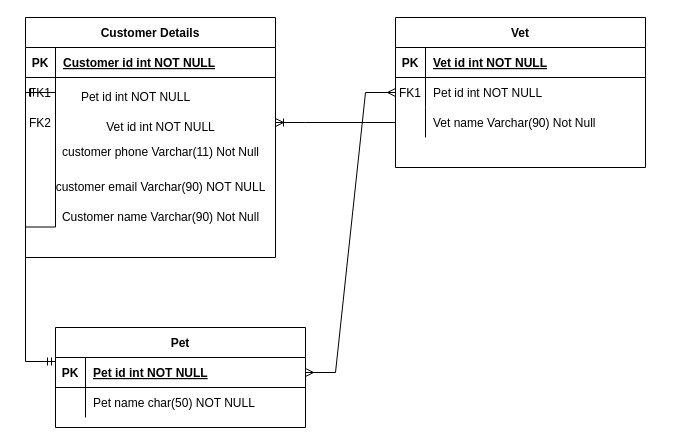
Cshacksy/Ada-Fuzzball-Slam keeps this draw.io diagram as Untitled Diagram.drawio. Above is the earlier version. Source tidied: cells renumbered, new cells numbered last; positions are measured from the earlier drawing's top-left corner, leaving out a move shared by most shapes. Both pictures are drawn from the tidied source at 100%, with x=0, y=0 at pixel (25, 17).
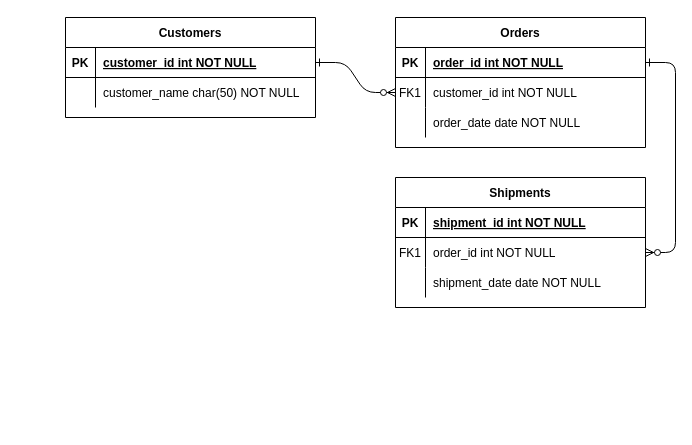
Above is the later version.

The change refers to these unchanged cells:
```xml
<mxCell id="3" style="shape=partialRectangle;fillColor=none;points=[[0,0.5],[1,0.5]];portConstraint=eastwest;top=0;left=0;right=0;bottom=1;" parent="2" vertex="1">
  <mxGeometry y="30" width="250" height="30" as="geometry" />
</mxCell>
<mxCell id="6" style="shape=partialRectangle;fillColor=none;points=[[0,0.5],[1,0.5]];portConstraint=eastwest;top=0;left=0;right=0;bottom=0;" parent="2" vertex="1">
  <mxGeometry y="60" width="250" height="30" as="geometry" />
</mxCell>
<mxCell id="9" style="shape=partialRectangle;fillColor=none;points=[[0,0.5],[1,0.5]];portConstraint=eastwest;top=0;left=0;right=0;bottom=0;" parent="2" vertex="1">
  <mxGeometry y="90" width="250" height="30" as="geometry" />
</mxCell>
<mxCell id="13" style="shape=partialRectangle;fillColor=none;top=0;left=0;right=0;bottom=1;" parent="12" vertex="1">
  <mxGeometry y="30" width="250" height="30" as="geometry" />
</mxCell>
<mxCell id="16" style="shape=partialRectangle;fillColor=none;points=[[0,0.5],[1,0.5]];portConstraint=eastwest;top=0;left=0;right=0;bottom=0;" parent="12" vertex="1">
  <mxGeometry y="60" width="250" height="30" as="geometry" />
</mxCell>
<mxCell id="19" style="shape=partialRectangle;fillColor=none;points=[[0,0.5],[1,0.5]];portConstraint=eastwest;top=0;left=0;right=0;bottom=0;" parent="12" vertex="1">
  <mxGeometry y="90" width="250" height="30" as="geometry" />
</mxCell>
<mxCell id="23" style="shape=partialRectangle;fillColor=none;points=[[0,0.5],[1,0.5]];portConstraint=eastwest;top=0;left=0;right=0;bottom=1;" parent="22" vertex="1">
  <mxGeometry y="30" width="250" height="30" as="geometry" />
</mxCell>
<mxCell id="26" style="shape=partialRectangle;fillColor=none;top=0;left=0;right=0;bottom=0;" parent="22" vertex="1">
  <mxGeometry y="60" width="250" height="30" as="geometry" />
</mxCell>
```

Change to the diagram source:
```diff
@@
+    <mxCell id="29" style="edgeStyle=entityRelationEdgeStyle;endArrow=ERzeroToMany;startArrow=ERone;endFill=1;startFill=0;" parent="1" edge="1" source="23" target="6">
+      <mxGeometry relative="1" as="geometry" />
+    </mxCell>
+    <mxCell id="37" style="edgeStyle=entityRelationEdgeStyle;endArrow=ERzeroToMany;startArrow=ERone;endFill=1;startFill=0;" parent="1" edge="1" source="3" target="16">
+      <mxGeometry relative="1" as="geometry" />
+    </mxCell>
-    <mxCell id="2" value="Vet" style="shape=table;startSize=30;childLayout=tableLayout;rowLines=0;fontStyle=1;align=center;" parent="1" vertex="1">
-      <mxGeometry x="370" width="250" height="150" as="geometry" />
+    <mxCell id="2" value="Orders" style="shape=table;startSize=30;childLayout=tableLayout;rowLines=0;fontStyle=1;align=center;" parent="1" vertex="1">
+      <mxGeometry x="370" width="250" height="130" as="geometry" />
     </mxCell>
@@
-    <mxCell id="5" value="Vet id int NOT NULL " style="shape=partialRectangle;overflow=hidden;fillColor=none;top=0;left=0;bottom=0;right=0;align=left;spacingLeft=6;fontStyle=5;" parent="3" vertex="1">
+    <mxCell id="5" value="order_id int NOT NULL " style="shape=partialRectangle;overflow=hidden;fillColor=none;top=0;left=0;bottom=0;right=0;align=left;spacingLeft=6;fontStyle=5;" parent="3" vertex="1">
       <mxGeometry x="30" width="220" height="30" as="geometry" />
     </mxCell>
@@
-    <mxCell id="8" value="Pet id int NOT NULL" style="shape=partialRectangle;overflow=hidden;fillColor=none;top=0;left=0;bottom=0;right=0;align=left;spacingLeft=6;" parent="6" vertex="1">
+    <mxCell id="8" value="customer_id int NOT NULL" style="shape=partialRectangle;overflow=hidden;fillColor=none;top=0;left=0;bottom=0;right=0;align=left;spacingLeft=6;" parent="6" vertex="1">
       <mxGeometry x="30" width="220" height="30" as="geometry" />
     </mxCell>
@@
-    <mxCell id="11" value="Vet name Varchar(90) Not Null" style="shape=partialRectangle;overflow=hidden;fillColor=none;top=0;left=0;bottom=0;right=0;align=left;spacingLeft=6;" parent="9" vertex="1">
+    <mxCell id="11" value="order_date date NOT NULL" style="shape=partialRectangle;overflow=hidden;fillColor=none;top=0;left=0;bottom=0;right=0;align=left;spacingLeft=6;" parent="9" vertex="1">
       <mxGeometry x="30" width="220" height="30" as="geometry" />
     </mxCell>
-    <mxCell id="12" value="Customer Details" style="shape=table;startSize=30;childLayout=tableLayout;rowLines=0;fontStyle=1;align=center;" parent="1" vertex="1">
-      <mxGeometry width="250" height="240" as="geometry" />
+    <mxCell id="12" value="Shipments" style="shape=table;startSize=30;childLayout=tableLayout;rowLines=0;fontStyle=1;align=center;" parent="1" vertex="1">
+      <mxGeometry x="370" y="160" width="250" height="130" as="geometry" />
     </mxCell>
@@
-    <mxCell id="15" value="Customer id int NOT NULL " style="shape=partialRectangle;overflow=hidden;fillColor=none;top=0;left=0;bottom=0;right=0;align=left;spacingLeft=6;fontStyle=5;" parent="13" vertex="1">
+    <mxCell id="15" value="shipment_id int NOT NULL " style="shape=partialRectangle;overflow=hidden;fillColor=none;top=0;left=0;bottom=0;right=0;align=left;spacingLeft=6;fontStyle=5;" parent="13" vertex="1">
       <mxGeometry x="30" width="220" height="30" as="geometry" />
     </mxCell>
@@
-    <mxCell id="18" style="shape=partialRectangle;overflow=hidden;fillColor=none;top=0;left=0;bottom=0;right=0;align=left;spacingLeft=6;" parent="16" vertex="1">
+    <mxCell id="18" value="order_id int NOT NULL" style="shape=partialRectangle;overflow=hidden;fillColor=none;top=0;left=0;bottom=0;right=0;align=left;spacingLeft=6;" parent="16" vertex="1">
       <mxGeometry x="30" width="220" height="30" as="geometry" />
     </mxCell>
@@
-    <mxCell id="20" value="FK2" style="shape=partialRectangle;overflow=hidden;fillColor=none;top=0;left=0;bottom=0;right=0;" parent="19" vertex="1">
+    <mxCell id="20" style="shape=partialRectangle;overflow=hidden;fillColor=none;top=0;left=0;bottom=0;right=0;" parent="19" vertex="1">
       <mxGeometry width="30" height="30" as="geometry" />
     </mxCell>
-    <mxCell id="21" style="shape=partialRectangle;overflow=hidden;fillColor=none;top=0;left=0;bottom=0;right=0;align=left;spacingLeft=6;" parent="19" vertex="1">
+    <mxCell id="21" value="shipment_date date NOT NULL" style="shape=partialRectangle;overflow=hidden;fillColor=none;top=0;left=0;bottom=0;right=0;align=left;spacingLeft=6;" parent="19" vertex="1">
       <mxGeometry x="30" width="220" height="30" as="geometry" />
     </mxCell>
-    <mxCell id="22" value="Pet" style="shape=table;startSize=30;childLayout=tableLayout;rowLines=0;fontStyle=1;align=center;" parent="1" vertex="1">
-      <mxGeometry x="30" y="310" width="250" height="100" as="geometry" />
+    <mxCell id="22" value="Customers" style="shape=table;startSize=30;childLayout=tableLayout;rowLines=0;fontStyle=1;align=center;" parent="1" vertex="1">
+      <mxGeometry x="40" width="250" height="100" as="geometry" />
     </mxCell>
@@
-    <mxCell id="25" value="Pet id int NOT NULL " style="shape=partialRectangle;overflow=hidden;fillColor=none;top=0;left=0;bottom=0;right=0;align=left;spacingLeft=6;fontStyle=5;" parent="23" vertex="1">
+    <mxCell id="25" value="customer_id int NOT NULL " style="shape=partialRectangle;overflow=hidden;fillColor=none;top=0;left=0;bottom=0;right=0;align=left;spacingLeft=6;fontStyle=5;" parent="23" vertex="1">
       <mxGeometry x="30" width="220" height="30" as="geometry" />
     </mxCell>
@@
-    <mxCell id="28" value="Pet name char(50) NOT NULL" style="shape=partialRectangle;overflow=hidden;fillColor=none;top=0;left=0;bottom=0;right=0;align=left;spacingLeft=6;" parent="26" vertex="1">
+    <mxCell id="28" value="customer_name char(50) NOT NULL" style="shape=partialRectangle;overflow=hidden;fillColor=none;top=0;left=0;bottom=0;right=0;align=left;spacingLeft=6;" parent="26" vertex="1">
       <mxGeometry x="30" width="220" height="30" as="geometry" />
     </mxCell>
-    <mxCell id="29" style="edgeStyle=entityRelationEdgeStyle;fontSize=12;html=1;endArrow=ERmany;startArrow=ERmany;rounded=0;exitX=1;exitY=0.5;exitDx=0;exitDy=0;entryX=0;entryY=0.5;entryDx=0;entryDy=0;" parent="1" edge="1" source="23" target="6">
-      <mxGeometry relative="1" as="geometry" />
-    </mxCell>
-    <mxCell id="30" value="customer phone Varchar(11) Not Null" style="text;html=1;align=center;verticalAlign=middle;strokeColor=none;fillColor=none;" parent="1" vertex="1">
-      <mxGeometry x="30" y="125" width="210" height="20" as="geometry" />
-    </mxCell>
-    <mxCell id="31" value="Pet id int NOT NULL" style="text;html=1;align=center;verticalAlign=middle;strokeColor=none;fillColor=none;" parent="1" vertex="1">
-      <mxGeometry x="50" y="70" width="120" height="20" as="geometry" />
-    </mxCell>
-    <mxCell id="32" value="Vet id int NOT NULL" style="text;html=1;align=center;verticalAlign=middle;strokeColor=none;fillColor=none;" parent="1" vertex="1">
-      <mxGeometry x="75" y="100" width="120" height="20" as="geometry" />
-    </mxCell>
-    <mxCell id="33" value="&lt;span style=&quot;text-align: left&quot;&gt;customer email Varchar(90) NOT NULL&lt;/span&gt;" style="text;html=1;align=center;verticalAlign=middle;strokeColor=none;fillColor=none;" parent="1" vertex="1">
-      <mxGeometry x="25" y="160" width="220" height="20" as="geometry" />
-    </mxCell>
-    <mxCell id="34" value="&lt;span style=&quot;text-align: left&quot;&gt;Customer name Varchar(90) Not Null&lt;/span&gt;" style="text;html=1;align=center;verticalAlign=middle;strokeColor=none;fillColor=none;" parent="1" vertex="1">
-      <mxGeometry x="30" y="190" width="210" height="20" as="geometry" />
-    </mxCell>
-    <mxCell id="35" style="edgeStyle=entityRelationEdgeStyle;fontSize=12;html=1;endArrow=ERmandOne;startArrow=ERmandOne;rounded=0;exitX=0;exitY=0.133;exitDx=0;exitDy=0;exitPerimeter=0;entryX=0;entryY=0.5;entryDx=0;entryDy=0;" parent="1" edge="1" source="23" target="16">
-      <mxGeometry relative="1" as="geometry" />
-    </mxCell>
-    <mxCell id="36" style="edgeStyle=entityRelationEdgeStyle;fontSize=12;html=1;endArrow=ERoneToMany;rounded=0;entryX=1;entryY=0.5;entryDx=0;entryDy=0;exitX=0;exitY=0.5;exitDx=0;exitDy=0;" parent="1" edge="1" source="9" target="19">
-      <mxGeometry relative="1" as="geometry" />
-    </mxCell>
```
